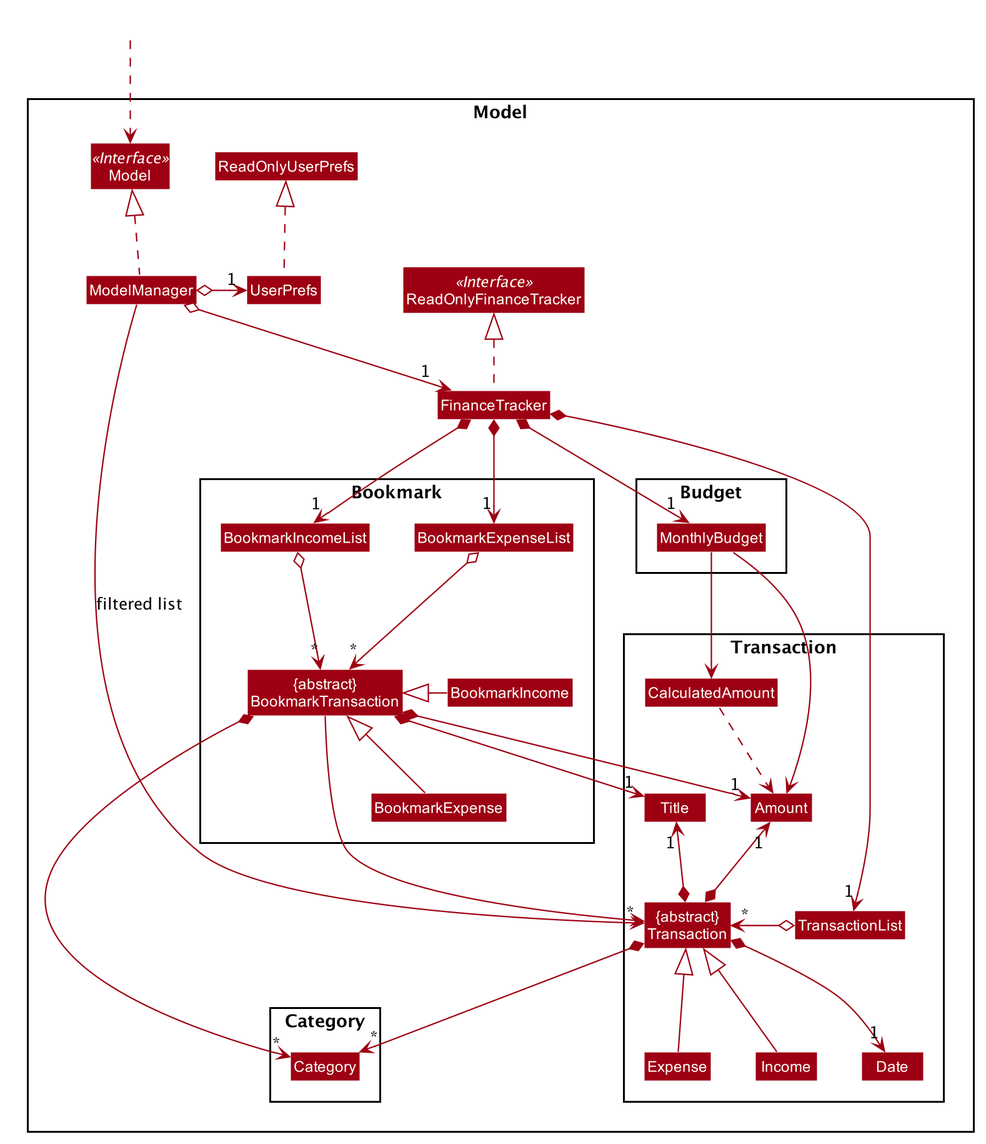
This is docs/images/ModelClassDiagram.png from zhaojj2209/tp, a PlantUML export, as it was before one commit.
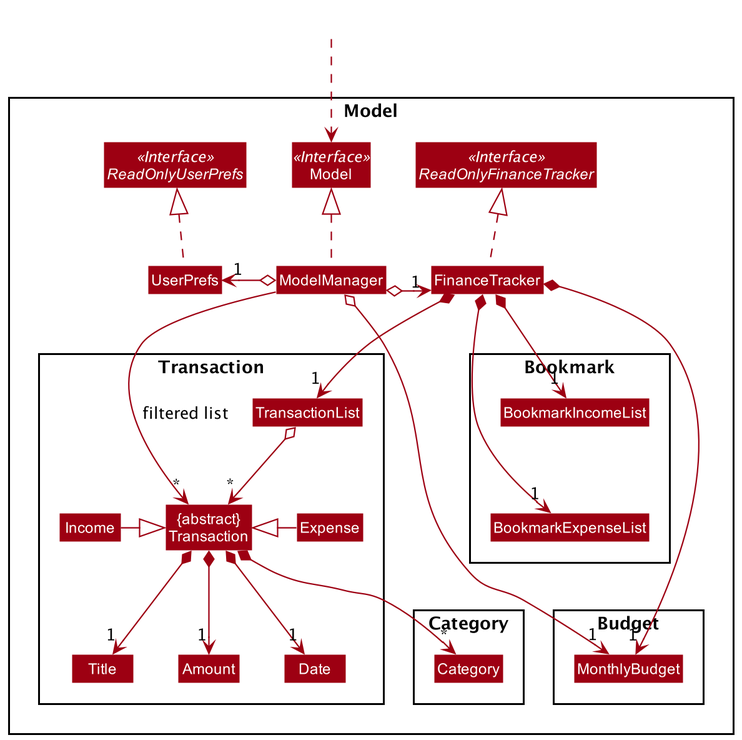
Later version of the same file.

Diff of the diagram source:
```diff
@@ -1,72 +1,23 @@
 @startuml
-
-
-
-
-
-
-
-
-skinparam BackgroundColor #FFFFFFF
-
-skinparam Shadowing false
-
-skinparam Class {
-    FontColor #FFFFFF
-    BorderThickness 1
-    BorderColor #FFFFFF
-    StereotypeFontColor #FFFFFF
-    FontName Arial
-}
-
-skinparam Actor {
-    BorderColor #000000
-    Color #000000
-    FontName Arial
-}
-
-skinparam Sequence {
-    MessageAlign center
-    BoxFontSize 15
-    BoxPadding 0
-    BoxFontColor #FFFFFF
-    FontName Arial
-}
-
-skinparam Participant {
-    FontColor #FFFFFFF
-    Padding 20
-}
-
-skinparam MinClassWidth 50
-skinparam ParticipantPadding 10
-skinparam Shadowing false
-skinparam DefaultTextAlignment center
-skinparam packageStyle Rectangle
-
-hide footbox
-hide members
-hide circle
+!include style.puml
 skinparam arrowThickness 1.1
-skinparam arrowColor #9D0012
-skinparam classBackgroundColor #9D0012
+skinparam arrowColor MODEL_COLOR
+skinparam classBackgroundColor MODEL_COLOR
 
 Package Model <<Rectangle>>{
 Interface ReadOnlyFinanceTracker <<Interface>>
 Interface Model <<Interface>>
+Interface ReadOnlyUserPrefs <<Interface>>
 Class FinanceTracker
-Class ReadOnlyFinanceTracker
 Class Model
 Class ModelManager
 Class UserPrefs
-Class ReadOnlyUserPrefs
 
 Package Transaction {
 Class "{abstract}\nTransaction" as Transaction
 Class Expense
 Class Income
 Class Amount
-Class CalculatedAmount
 Class Date
 Class Title
 Class TransactionList
@@ -81,11 +32,8 @@
 }
 
 Package Bookmark {
-Class BookmarkExpense
 Class BookmarkExpenseList
-Class BookmarkIncome
 Class BookmarkIncomeList
-Class "{abstract}\nBookmarkTransaction" as BookmarkTransaction
 }
 }
 
@@ -100,29 +48,25 @@
 UserPrefs .up.|> ReadOnlyUserPrefs
 
 FinanceTracker *--> "1" TransactionList
-TransactionList o-left-> "*" Transaction
-Expense -up-|> Transaction
-Income -up-|> Transaction
-Transaction *-up-> "1" Title
-Transaction *-up-> "1" Amount
+TransactionList o--> "*" Transaction
+Expense -left-|> Transaction
+Income -right-|> Transaction
+Transaction *--> "1" Title
+Transaction *--> "1" Amount
 Transaction *--> "1" Date
 Transaction *--> "*" Category
 
 FinanceTracker *--> "1" BookmarkExpenseList
 FinanceTracker *--> "1" BookmarkIncomeList
-BookmarkExpenseList o--> "*" BookmarkTransaction
-BookmarkIncomeList o--> "*" BookmarkTransaction
-BookmarkExpense -up-|> BookmarkTransaction
-BookmarkIncome -left-|> BookmarkTransaction
-BookmarkTransaction --> Transaction
-BookmarkTransaction *--> "1" Title
-BookmarkTransaction *--> "1" Amount
-BookmarkTransaction *--> "*" Category
 
 FinanceTracker *--> "1" MonthlyBudget
-CalculatedAmount ..> Amount
-MonthlyBudget --> CalculatedAmount
-MonthlyBudget --> Amount
 
-ModelManager -->"*" Transaction : filtered list
+TransactionList -[hidden]right-> BookmarkExpenseList
+BookmarkIncomeList -[hidden]down-> BookmarkExpenseList
+BookmarkExpenseList -[hidden]down-> MonthlyBudget
+ModelManager -[hidden]right-> FinanceTracker
+
+ModelManager --> "*" Transaction : filtered list
+ModelManager o--> "1" MonthlyBudget
+
 @enduml
```
